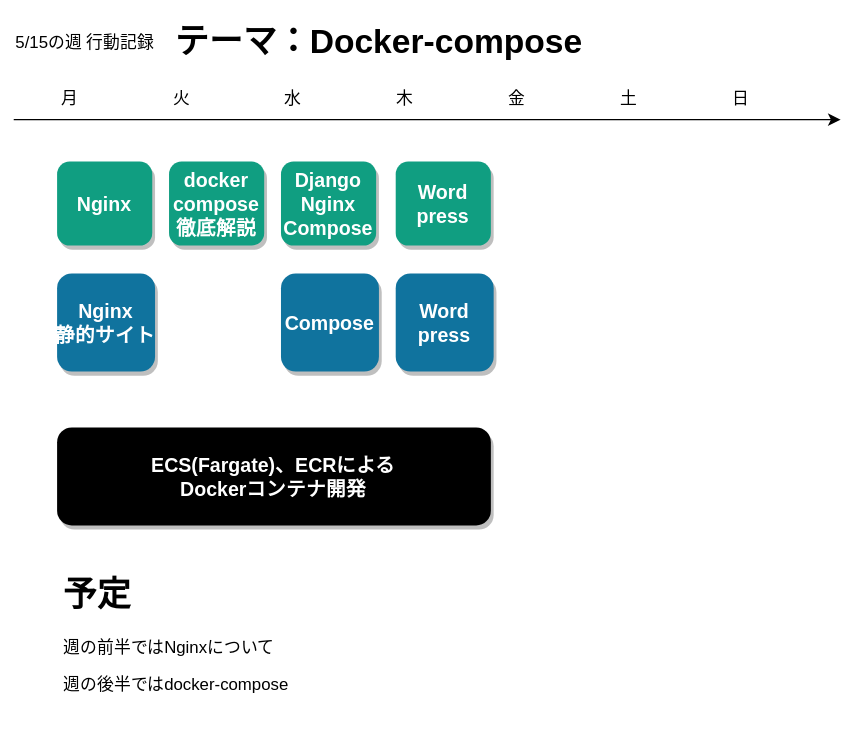
Before: 人生設計-20230515.drawio.svg, a diagram exported from draw.io (minegishirei/draw_v1). Source tidied: cells renumbered, new cells last; positions are measured from the earlier drawing's top-left corner, leaving out a move shared by most shapes.
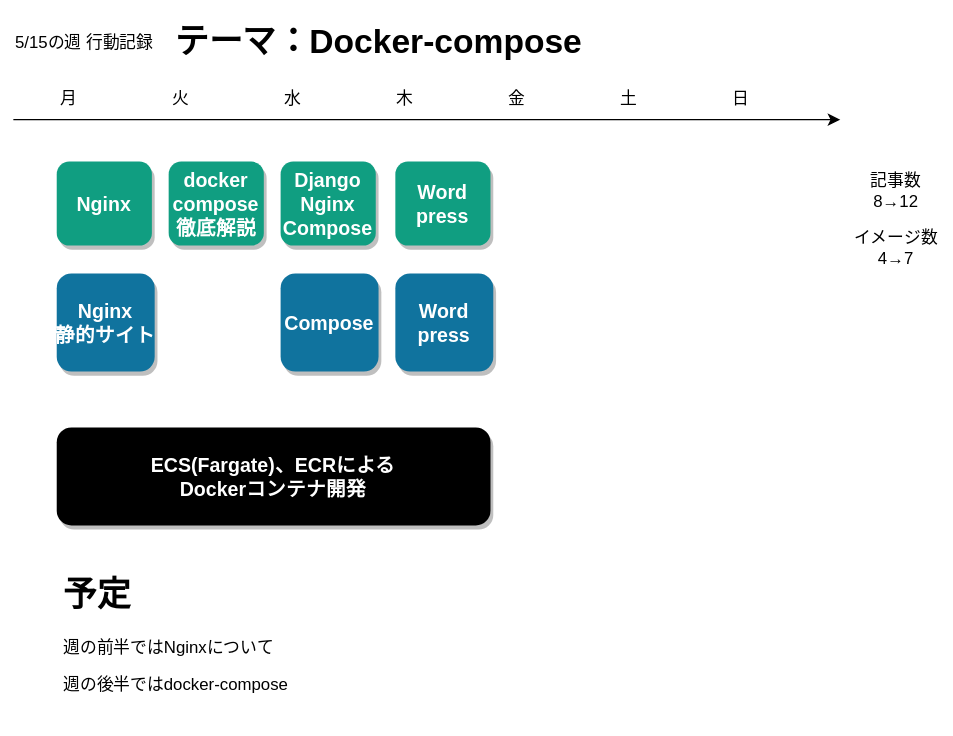
After the change.

Commit message:
人生設計-20230515.drawio.svg を追加しました。

Diff of the diagram source:
```diff
@@ -62,5 +62,11 @@
     <mxCell id="20" value="Word&#10;press" style="rounded=1;fillColor=#10739E;strokeColor=none;shadow=1;gradientColor=none;fontStyle=1;fontColor=#FFFFFF;fontSize=14;" parent="1" vertex="1">
       <mxGeometry x="282" y="185" width="70" height="70" as="geometry" />
     </mxCell>
+    <mxCell id="21" value="記事数&lt;br&gt;8→12" style="text;html=1;strokeColor=none;fillColor=none;align=center;verticalAlign=middle;whiteSpace=wrap;rounded=0;" parent="1" vertex="1">
+      <mxGeometry x="600" y="105" width="80" height="41" as="geometry" />
+    </mxCell>
+    <mxCell id="22" value="イメージ数&lt;br&gt;4→7" style="text;html=1;strokeColor=none;fillColor=none;align=center;verticalAlign=middle;whiteSpace=wrap;rounded=0;" parent="1" vertex="1">
+      <mxGeometry x="600" y="146" width="80" height="41" as="geometry" />
+    </mxCell>
   </root>
 </mxGraphModel>
```
